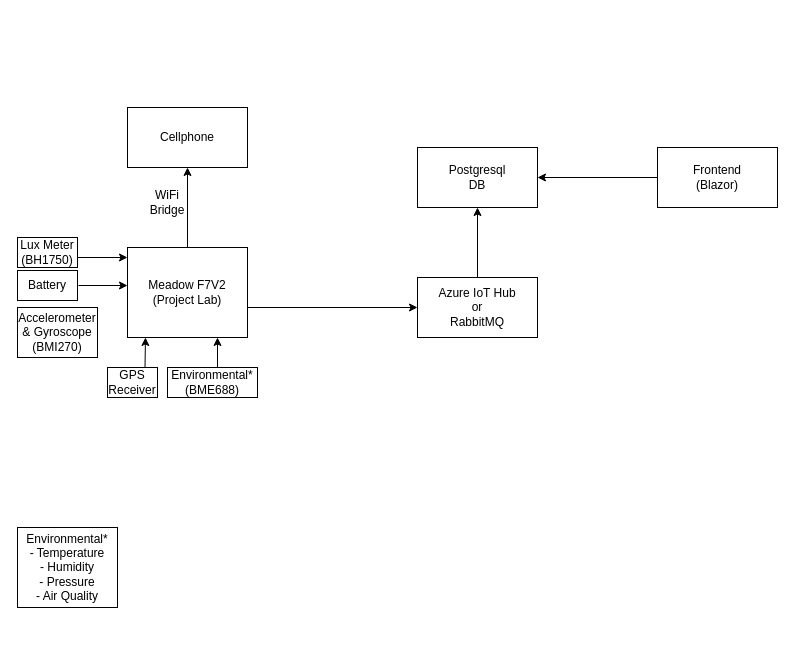
Earlier version of the draw.io diagram project-planning/CycleStream-project-architecture.drawio (markjamesm/CycleStream). Source tidied: cells renumbered, new cells numbered last; positions are measured from the earlier drawing's top-left corner, leaving out a move shared by most shapes. Both pictures are drawn from the tidied source at 100%, with x=0, y=0 at pixel (17, 107).
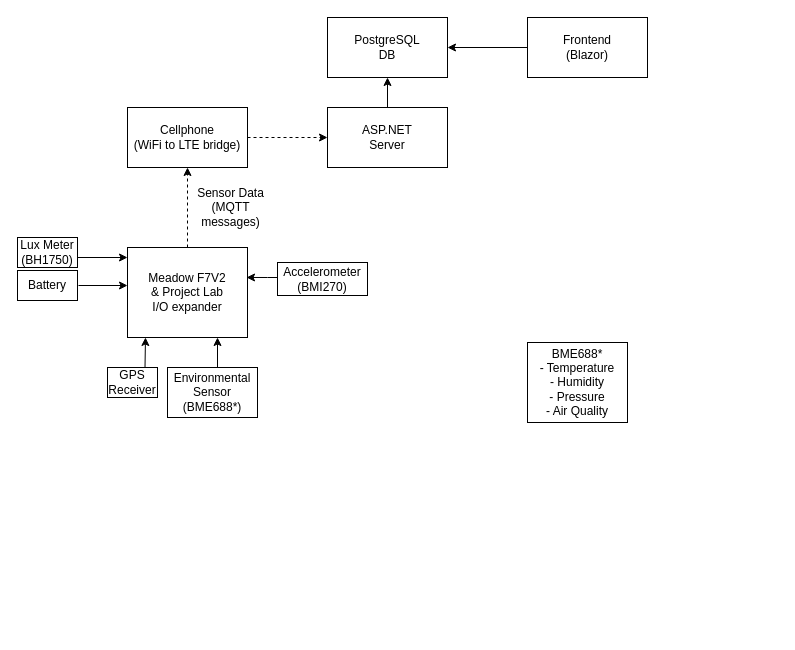
Above is the later version.

Commit message (it also covers changes not shown here):
Updated project architecture diagrams

Diff of the diagram source:
```diff
@@
-    <mxCell id="2" style="edgeStyle=orthogonalEdgeStyle;rounded=0;jettySize=auto;html=1;exitX=0.5;exitY=0;exitDx=0;exitDy=0;entryX=0.5;entryY=1;entryDx=0;entryDy=0;" parent="1" edge="1" source="4" target="7">
-      <mxGeometry relative="1" as="geometry" />
-    </mxCell>
-    <mxCell id="3" style="edgeStyle=orthogonalEdgeStyle;rounded=0;jettySize=auto;html=1;exitX=1;exitY=0.5;exitDx=0;exitDy=0;entryX=0;entryY=0.5;entryDx=0;entryDy=0;" parent="1" edge="1" source="4" target="10">
-      <mxGeometry relative="1" as="geometry">
-        <Array as="points">
-          <mxPoint x="230" y="200" />
-        </Array>
-      </mxGeometry>
-    </mxCell>
-    <mxCell id="4" value="Meadow F7V2&lt;br&gt;(Project Lab)" style="rounded=0;whiteSpace=wrap;html=1;" parent="1" vertex="1">
+    <mxCell id="4" value="Meadow F7V2&lt;br&gt;&amp;amp; Project Lab &lt;br&gt;I/O expander" style="rounded=0;whiteSpace=wrap;html=1;" parent="1" vertex="1">
       <mxGeometry x="110" y="140" width="120" height="90" as="geometry" />
     </mxCell>
@@
     <mxCell id="6" value="&lt;div&gt;Frontend&lt;/div&gt;&lt;div&gt;(Blazor)&lt;br&gt;&lt;/div&gt;" style="rounded=0;whiteSpace=wrap;html=1;" parent="1" vertex="1">
-      <mxGeometry x="640" y="40" width="120" height="60" as="geometry" />
+      <mxGeometry x="510" y="-90" width="120" height="60" as="geometry" />
     </mxCell>
-    <mxCell id="7" value="Cellphone" style="rounded=0;whiteSpace=wrap;html=1;" parent="1" vertex="1">
+    <mxCell id="7" value="Cellphone&lt;br&gt;(WiFi to LTE bridge)" style="rounded=0;whiteSpace=wrap;html=1;" parent="1" vertex="1">
       <mxGeometry x="110" width="120" height="60" as="geometry" />
     </mxCell>
-    <mxCell id="8" value="WiFi Bridge" style="text;html=1;strokeColor=none;fillColor=none;align=center;verticalAlign=middle;whiteSpace=wrap;rounded=0;" parent="1" vertex="1">
-      <mxGeometry x="120" y="80" width="60" height="30" as="geometry" />
-    </mxCell>
@@
-    <mxCell id="10" value="&lt;div&gt;Azure IoT Hub&lt;/div&gt;&lt;div&gt;or&lt;/div&gt;&lt;div&gt;RabbitMQ&lt;br&gt;&lt;/div&gt;" style="rounded=0;whiteSpace=wrap;html=1;" parent="1" vertex="1">
-      <mxGeometry x="400" y="170" width="120" height="60" as="geometry" />
+    <mxCell id="10" value="ASP.NET&lt;br&gt;Server" style="rounded=0;whiteSpace=wrap;html=1;" parent="1" vertex="1">
+      <mxGeometry x="310" width="120" height="60" as="geometry" />
     </mxCell>
-    <mxCell id="11" value="Postgresql&lt;br&gt;DB" style="rounded=0;whiteSpace=wrap;html=1;" parent="1" vertex="1">
-      <mxGeometry x="400" y="40" width="120" height="60" as="geometry" />
+    <mxCell id="11" value="PostgreSQL&lt;br&gt;DB" style="rounded=0;whiteSpace=wrap;html=1;" parent="1" vertex="1">
+      <mxGeometry x="310" y="-90" width="120" height="60" as="geometry" />
     </mxCell>
+    <mxCell id="22" style="edgeStyle=orthogonalEdgeStyle;rounded=0;jettySize=auto;html=1;entryX=0.992;entryY=0.333;entryDx=0;entryDy=0;entryPerimeter=0;" parent="1" edge="1" source="12" target="4">
+      <mxGeometry relative="1" as="geometry">
+        <Array as="points">
+          <mxPoint x="250" y="170" />
+          <mxPoint x="250" y="170" />
+        </Array>
+      </mxGeometry>
+    </mxCell>
-    <mxCell id="12" value="Accelerometer&lt;br&gt;&amp;amp; Gyroscope&lt;br&gt;(BMI270)" style="rounded=0;whiteSpace=wrap;html=1;" parent="1" vertex="1">
-      <mxGeometry y="200" width="80" height="50" as="geometry" />
+    <mxCell id="12" value="Accelerometer&lt;br&gt;(BMI270)" style="rounded=0;whiteSpace=wrap;html=1;" parent="1" vertex="1">
+      <mxGeometry x="260" y="155" width="90" height="33" as="geometry" />
     </mxCell>
@@
-    <mxCell id="14" value="Environmental*&lt;br&gt;(BME688)" style="rounded=0;whiteSpace=wrap;html=1;" parent="1" vertex="1">
-      <mxGeometry x="150" y="260" width="90" height="30" as="geometry" />
+    <mxCell id="14" value="Environmental&lt;br&gt;Sensor&lt;br&gt;(BME688*)" style="rounded=0;whiteSpace=wrap;html=1;" parent="1" vertex="1">
+      <mxGeometry x="150" y="260" width="90" height="50" as="geometry" />
     </mxCell>
-    <mxCell id="15" value="&lt;div&gt;&lt;br&gt;&lt;/div&gt;&lt;div&gt;&lt;br&gt;&lt;/div&gt;&lt;div&gt;Environmental*&lt;/div&gt;&lt;div&gt;- Temperature&lt;/div&gt;&lt;div&gt;- Humidity&lt;/div&gt;&lt;div&gt;- Pressure&lt;/div&gt;&lt;div&gt;- Air Quality&lt;br&gt;&lt;/div&gt;&lt;div&gt;&lt;br&gt;&lt;/div&gt;&lt;div&gt;&lt;br&gt;&lt;/div&gt;" style="rounded=0;whiteSpace=wrap;html=1;" parent="1" vertex="1">
-      <mxGeometry y="420" width="100" height="80" as="geometry" />
+    <mxCell id="15" value="&lt;div&gt;&lt;br&gt;&lt;/div&gt;&lt;div&gt;&lt;br&gt;&lt;/div&gt;&lt;div&gt;BME688*&lt;/div&gt;&lt;div&gt;- Temperature&lt;/div&gt;&lt;div&gt;- Humidity&lt;/div&gt;&lt;div&gt;- Pressure&lt;/div&gt;&lt;div&gt;- Air Quality&lt;br&gt;&lt;/div&gt;&lt;div&gt;&lt;br&gt;&lt;/div&gt;&lt;div&gt;&lt;br&gt;&lt;/div&gt;" style="rounded=0;whiteSpace=wrap;html=1;" parent="1" vertex="1">
+      <mxGeometry x="510" y="235" width="100" height="80" as="geometry" />
     </mxCell>
@@
+    <mxCell id="23" style="endArrow=classic;dashed=1;html=1;rounded=0;entryX=0.5;entryY=1;entryDx=0;entryDy=0;endFill=1;" parent="1" edge="1" target="7">
+      <mxGeometry relative="1" as="geometry">
+        <mxPoint x="170" y="140" as="sourcePoint" />
+      </mxGeometry>
+    </mxCell>
+    <mxCell id="24" style="endArrow=classic;dashed=1;html=1;rounded=0;entryX=0;entryY=0.5;entryDx=0;entryDy=0;endFill=1;" parent="1" edge="1" target="10">
+      <mxGeometry relative="1" as="geometry">
+        <mxPoint x="230" y="30" as="sourcePoint" />
+      </mxGeometry>
+    </mxCell>
+    <mxCell id="25" value="Sensor Data&lt;br&gt;(MQTT messages)" style="text;html=1;strokeColor=none;fillColor=none;align=center;verticalAlign=middle;whiteSpace=wrap;rounded=0;" parent="1" vertex="1">
+      <mxGeometry x="167" y="80" width="93" height="40" as="geometry" />
+    </mxCell>
```
